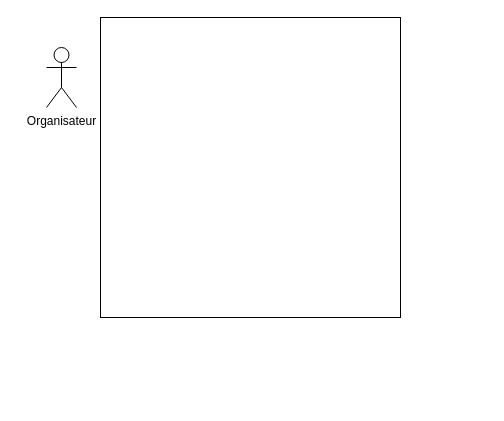
CSliveR/Chief-s-Arena keeps this draw.io diagram as Conception/Diagramme de cas d'utilisation.drawio. Above is the earlier version. Source tidied: cells renumbered, new cells numbered last; positions are measured from the earlier drawing's top-left corner, leaving out a move shared by most shapes. Both pictures are drawn from the tidied source at 100%, with x=0, y=0 at pixel (46, 17).
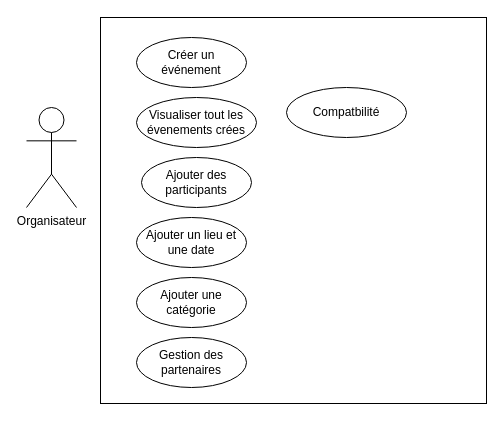
Above is the later version.

What changed in the source:
```diff
@@
 <mxGraphModel>
   <root>
     <mxCell id="0" />
     <mxCell id="1" parent="0" />
     <mxCell id="2" style="whiteSpace=wrap;html=1;" parent="1" vertex="1">
-      <mxGeometry x="54" width="300" height="300" as="geometry" />
+      <mxGeometry x="54" width="386" height="386" as="geometry" />
     </mxCell>
     <mxCell id="3" value="Organisateur" style="shape=umlActor;verticalLabelPosition=bottom;verticalAlign=top;html=1;" parent="1" vertex="1">
-      <mxGeometry y="30" width="30" height="60" as="geometry" />
+      <mxGeometry x="-20" y="90" width="50" height="100" as="geometry" />
     </mxCell>
+    <mxCell id="4" value="Créer un événement" style="ellipse;whiteSpace=wrap;html=1;" parent="1" vertex="1">
+      <mxGeometry x="90" y="20" width="110" height="50" as="geometry" />
+    </mxCell>
+    <mxCell id="5" value="&lt;div align=&quot;center&quot;&gt;Visualiser tout les évenements crées&lt;/div&gt;" style="ellipse;whiteSpace=wrap;html=1;align=center;" parent="1" vertex="1">
+      <mxGeometry x="90" y="80" width="120" height="50" as="geometry" />
+    </mxCell>
+    <mxCell id="6" value="Ajouter des participants" style="ellipse;whiteSpace=wrap;html=1;" parent="1" vertex="1">
+      <mxGeometry x="95" y="140" width="110" height="50" as="geometry" />
+    </mxCell>
+    <mxCell id="7" value="Ajouter un lieu et une date" style="ellipse;whiteSpace=wrap;html=1;" parent="1" vertex="1">
+      <mxGeometry x="90" y="200" width="110" height="50" as="geometry" />
+    </mxCell>
+    <mxCell id="8" value="Ajouter une catégorie" style="ellipse;whiteSpace=wrap;html=1;" parent="1" vertex="1">
+      <mxGeometry x="90" y="260" width="110" height="50" as="geometry" />
+    </mxCell>
+    <mxCell id="9" value="Gestion des partenaires" style="ellipse;whiteSpace=wrap;html=1;" parent="1" vertex="1">
+      <mxGeometry x="90" y="320" width="110" height="50" as="geometry" />
+    </mxCell>
+    <mxCell id="10" value="Compatbilité" style="ellipse;whiteSpace=wrap;html=1;align=center;" parent="1" vertex="1">
+      <mxGeometry x="240" y="70" width="120" height="50" as="geometry" />
+    </mxCell>
   </root>
 </mxGraphModel>
```
